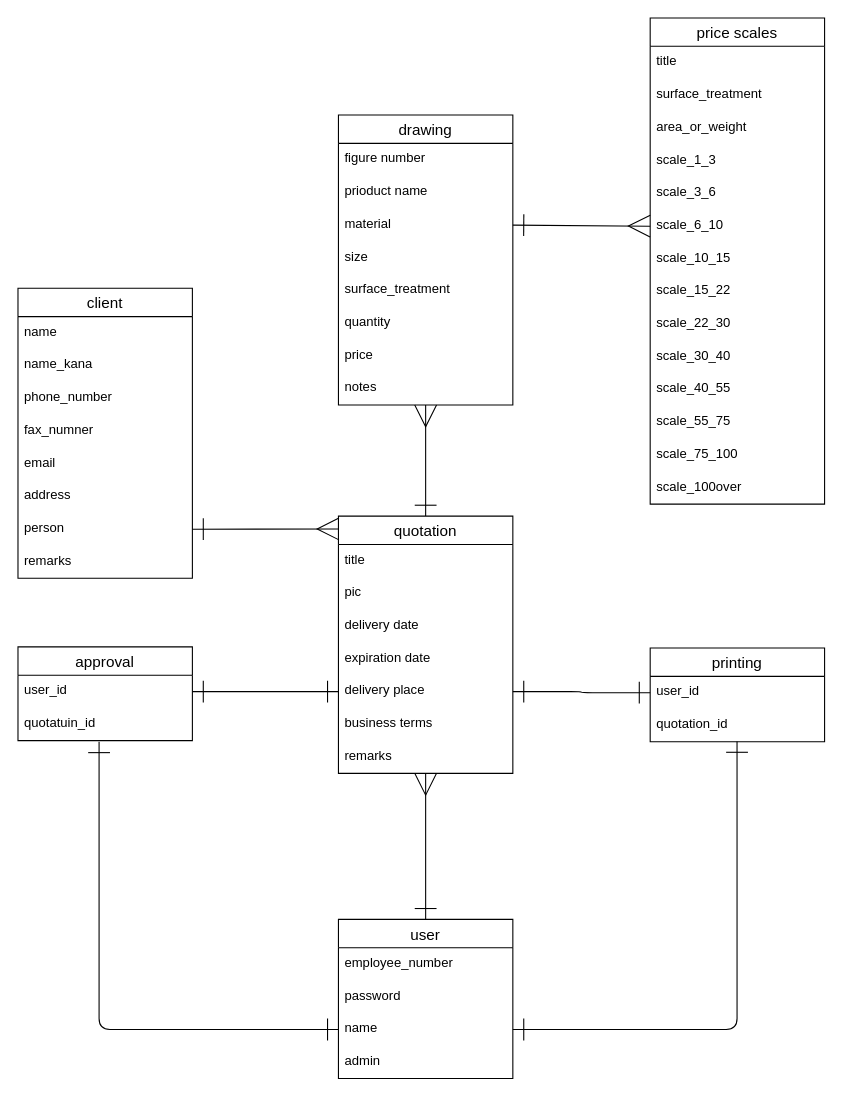
Earlier version of the draw.io diagram DB.dio (bignyokki/quotation_system). Source tidied: cells renumbered, new cells numbered last; positions are measured from the earlier drawing's top-left corner, leaving out a move shared by most shapes. Both pictures are drawn from the tidied source at 109%, with x=0, y=0 at pixel (17, 17).
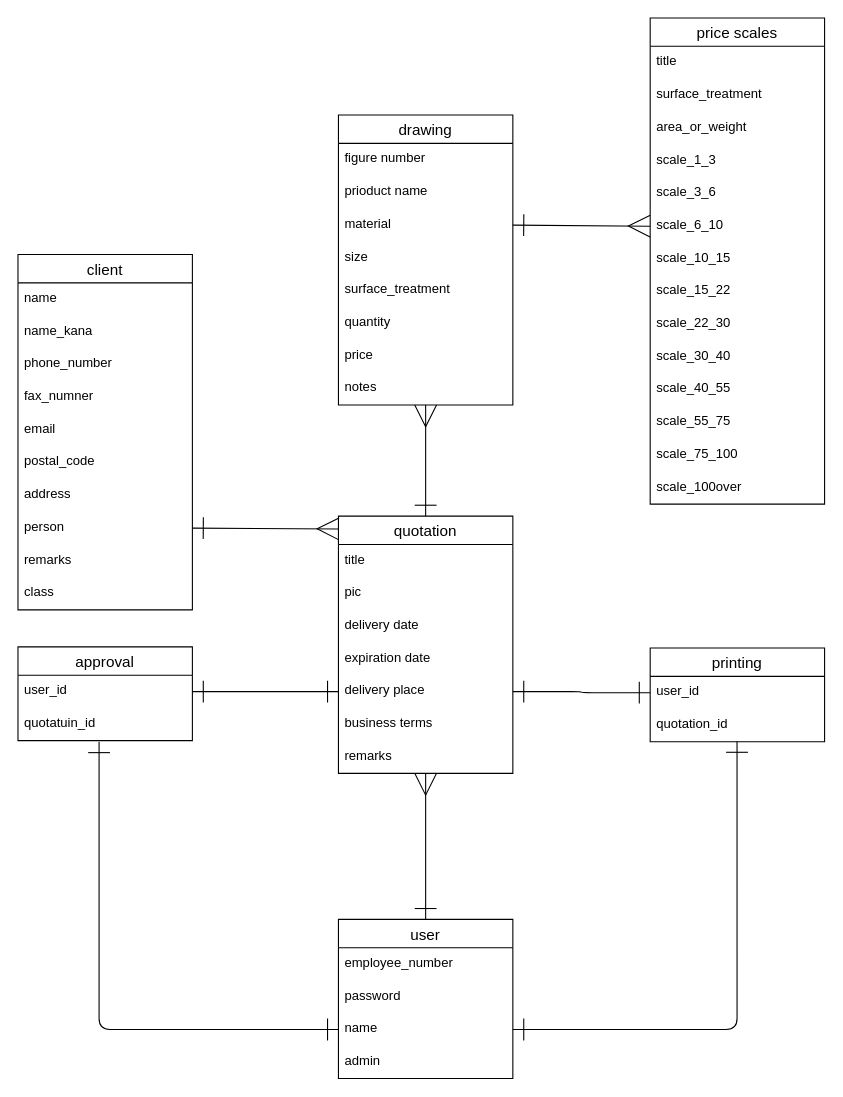
The same diagram, later.

Diff of the diagram source:
```diff
@@
     <mxCell id="20" value="client" style="swimlane;fontStyle=0;horizontal=1;startSize=26;align=center;fontSize=14;" parent="1" vertex="1">
-      <mxGeometry y="248" width="160" height="266" as="geometry" />
+      <mxGeometry y="217" width="160" height="326" as="geometry" />
     </mxCell>
@@
+    <mxCell id="62" value="postal_code" style="text;strokeColor=none;fillColor=none;spacingLeft=4;spacingRight=4;overflow=hidden;fontSize=12;" parent="20" vertex="1">
+      <mxGeometry y="176" width="160" height="30" as="geometry" />
+    </mxCell>
     <mxCell id="26" value="address" style="text;strokeColor=none;fillColor=none;spacingLeft=4;spacingRight=4;overflow=hidden;fontSize=12;" parent="20" vertex="1">
-      <mxGeometry y="176" width="160" height="30" as="geometry" />
+      <mxGeometry y="206" width="160" height="30" as="geometry" />
     </mxCell>
     <mxCell id="27" value="person" style="text;strokeColor=none;fillColor=none;spacingLeft=4;spacingRight=4;overflow=hidden;points=[[0,0.5],[1,0.5]];portConstraint=eastwest;fontSize=12;" parent="20" vertex="1">
-      <mxGeometry y="206" width="160" height="30" as="geometry" />
+      <mxGeometry y="236" width="160" height="30" as="geometry" />
     </mxCell>
     <mxCell id="28" value="remarks" style="text;strokeColor=none;fillColor=none;spacingLeft=4;spacingRight=4;overflow=hidden;fontSize=12;" parent="20" vertex="1">
-      <mxGeometry y="236" width="160" height="30" as="geometry" />
+      <mxGeometry y="266" width="160" height="30" as="geometry" />
     </mxCell>
+    <mxCell id="63" value="class" style="text;strokeColor=none;fillColor=none;spacingLeft=4;spacingRight=4;overflow=hidden;fontSize=12;" parent="20" vertex="1">
+      <mxGeometry y="296" width="160" height="30" as="geometry" />
+    </mxCell>
```
